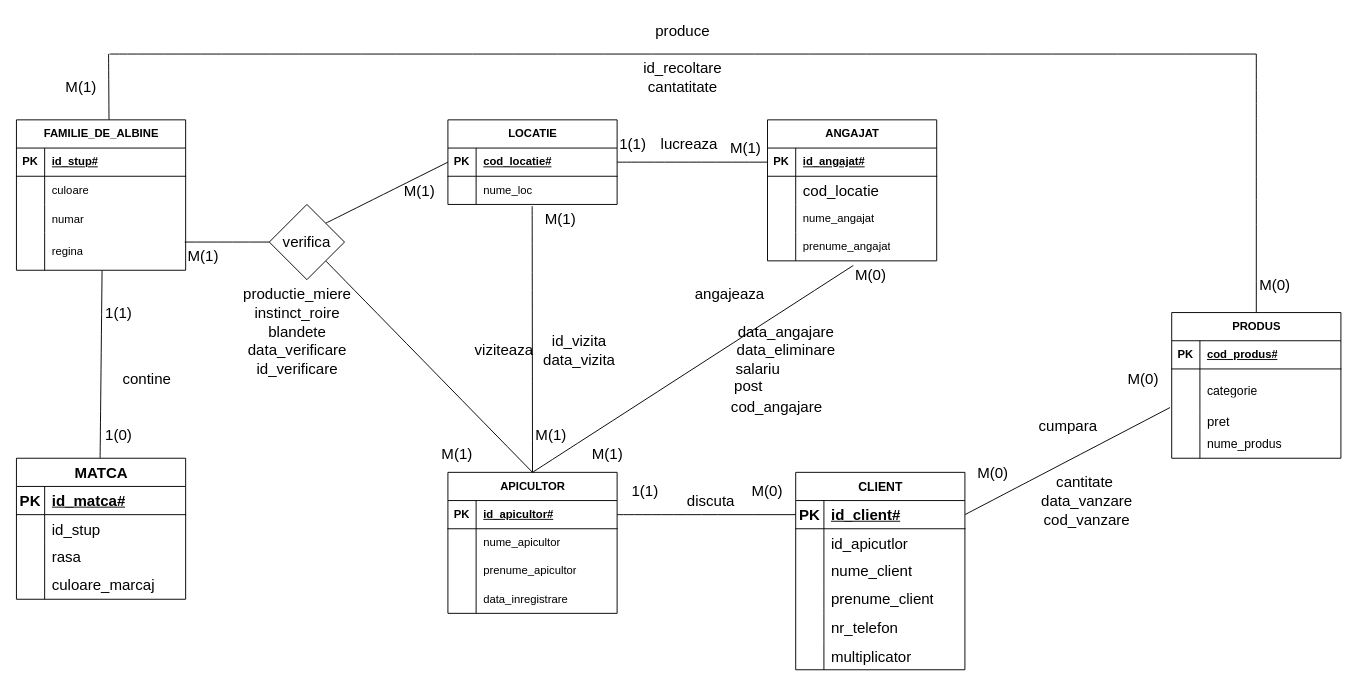
Matoka26/DataBase-Stupina keeps this draw.io diagram as page "Page-1" (1 of 2) of Diagramă fără titlu.drawio. Above is the earlier version. Source tidied: cells renumbered, new cells numbered last; positions are measured from the earlier drawing's top-left corner, leaving out a move shared by most shapes. Both pictures are drawn from the tidied source at 94%, with x=0, y=0 at pixel (16, 16).
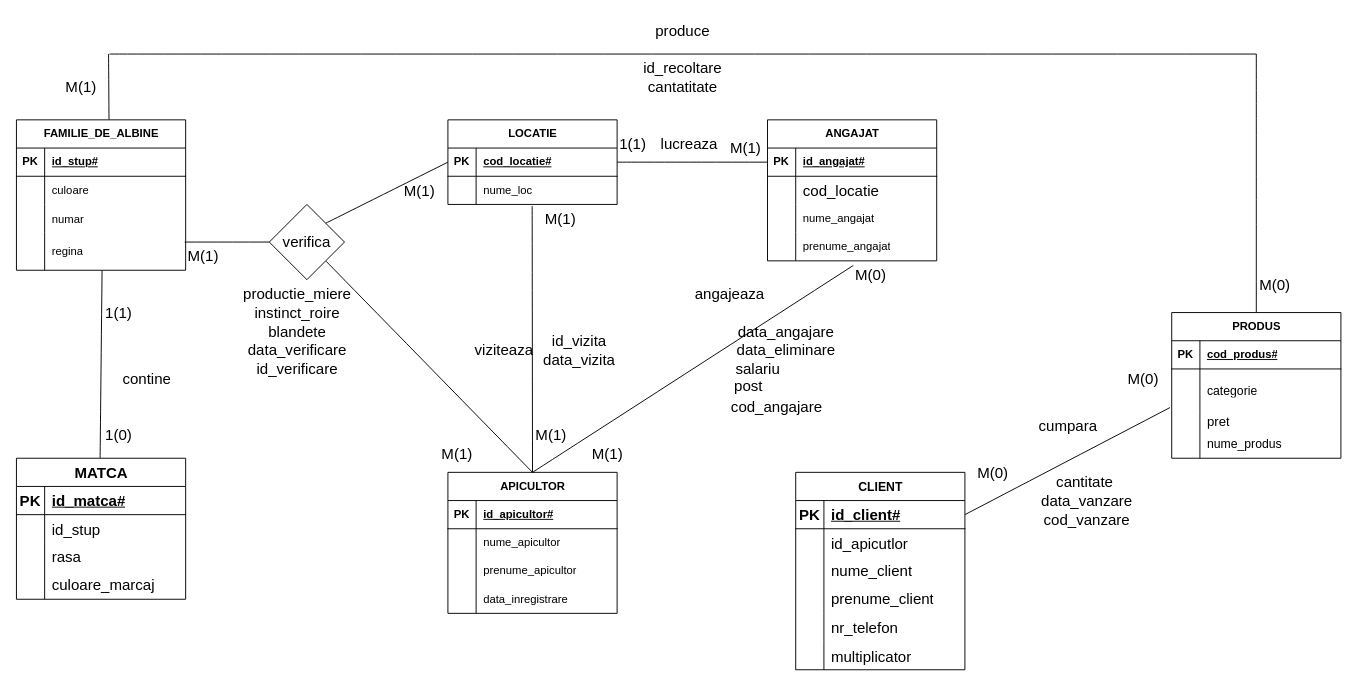
After the change.

Unchanged cells that the change refers to:
```xml
<mxCell id="3" style="shape=tableRow;horizontal=0;startSize=0;swimlaneHead=0;swimlaneBody=0;fillColor=none;points=[[0,0.5],[1,0.5]];portConstraint=eastwest;top=0;left=0;right=0;bottom=1;" parent="2" vertex="1">
  <mxGeometry y="30" width="180" height="30" as="geometry" />
</mxCell>
```

Change to the diagram source:
```diff
@@
-    <mxCell id="106" value="discuta" style="text;html=1;strokeColor=none;fillColor=none;align=center;verticalAlign=middle;whiteSpace=wrap;rounded=0;fontSize=16;" parent="1" vertex="1">
-      <mxGeometry x="709" y="500" width="60" height="30" as="geometry" />
-    </mxCell>
-    <mxCell id="107" style="endArrow=none;html=1;rounded=0;fontSize=12;startSize=8;endSize=8;curved=1;exitX=1;exitY=0.5;exitDx=0;exitDy=0;" parent="1" edge="1" source="3">
-      <mxGeometry relative="1" as="geometry">
-        <mxPoint x="829" y="530" as="targetPoint" />
-      </mxGeometry>
-    </mxCell>
-    <mxCell id="108" value="1(1)" style="text;html=1;strokeColor=none;fillColor=none;align=center;verticalAlign=middle;whiteSpace=wrap;rounded=0;fontSize=16;" parent="1" vertex="1">
-      <mxGeometry x="639" y="490" width="60" height="30" as="geometry" />
-    </mxCell>
-    <mxCell id="109" value="M(0)" style="text;html=1;strokeColor=none;fillColor=none;align=center;verticalAlign=middle;whiteSpace=wrap;rounded=0;fontSize=16;" parent="1" vertex="1">
-      <mxGeometry x="769" y="490" width="60" height="30" as="geometry" />
-    </mxCell>
```
